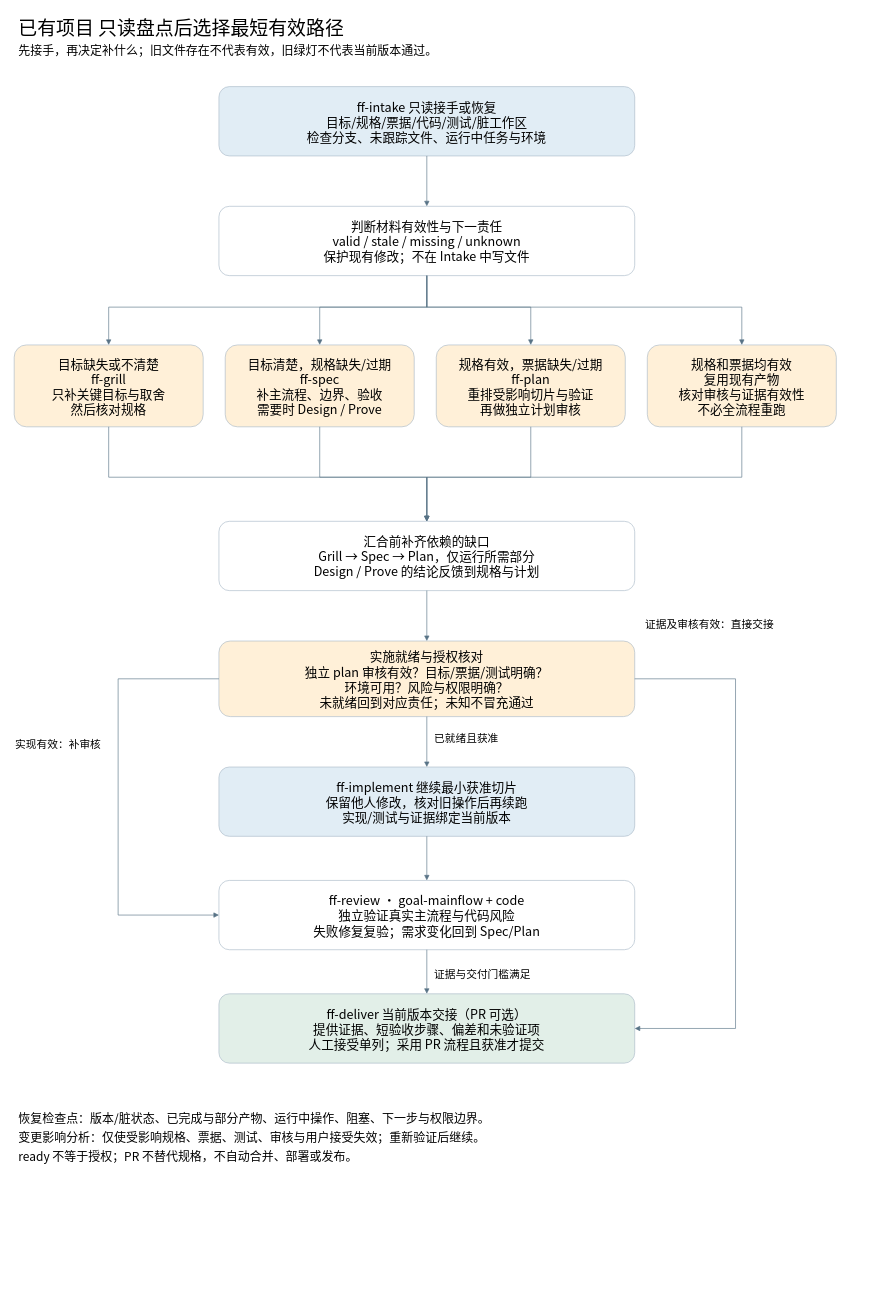
Earlier version of the draw.io diagram docs/diagrams/existing-project-workflow.drawio (chyhelloworld/ForgeFlowSkill). Source tidied: cells renumbered, new cells numbered last; positions are measured from the earlier drawing's top-left corner, leaving out a move shared by most shapes. Both pictures are drawn from the tidied source at 63%, with x=0, y=0 at pixel (14, 11).
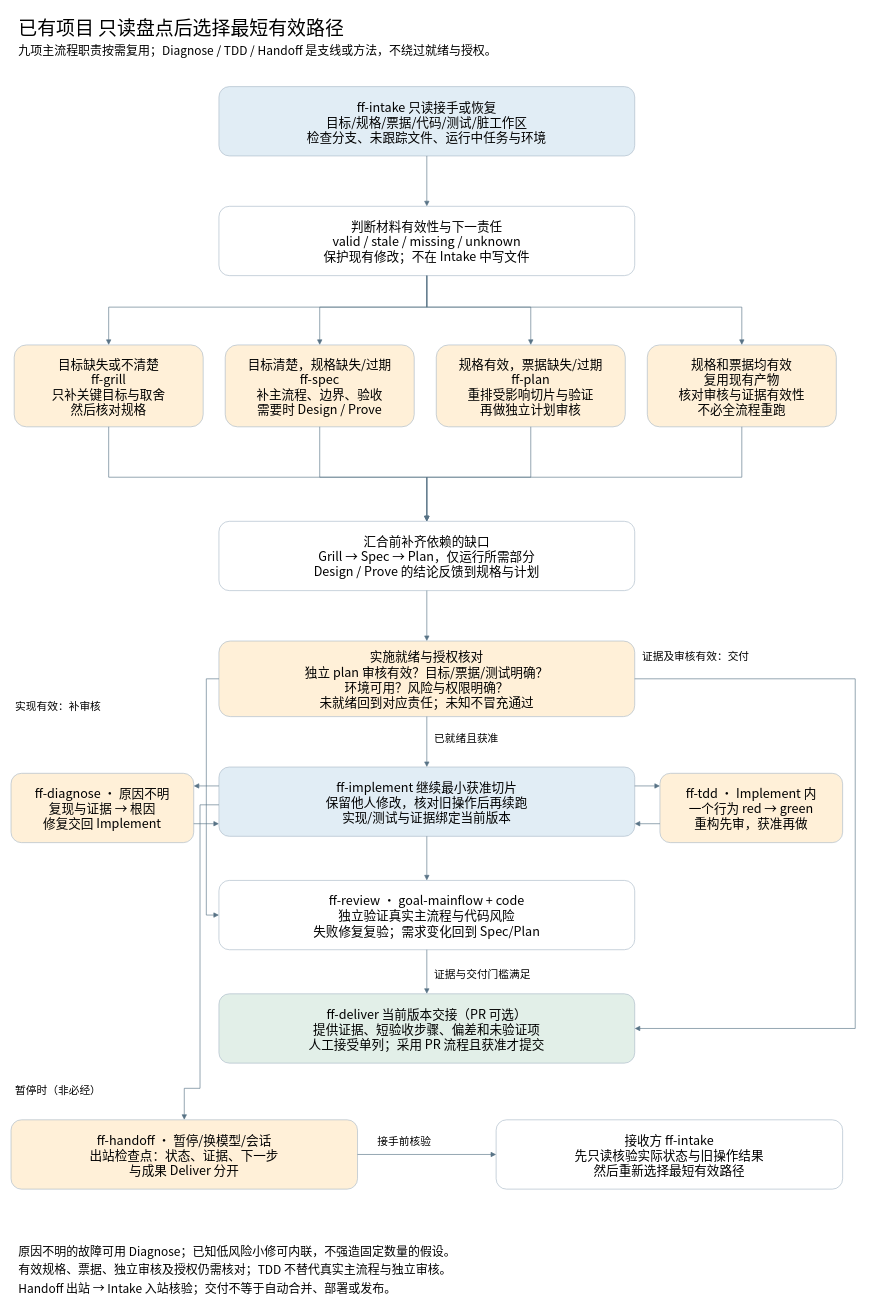
The same diagram, later.

Unchanged cells that the change refers to:
```xml
<mxCell id="13" value="汇合前补齐依赖的缺口&#10;Grill → Spec → Plan，仅运行所需部分&#10;Design / Prove 的结论反馈到规格与计划" style="rounded=1;whiteSpace=wrap;html=0;fillColor=#ffffff;strokeColor=#a9bac8;fontFamily=Noto Sans CJK SC;fontSize=20;" parent="1" vertex="1">
  <mxGeometry x="325" y="810" width="660" height="110" as="geometry" />
</mxCell>
<mxCell id="14" value="实施就绪与授权核对&#10;独立 plan 审核有效？目标/票据/测试明确？&#10;环境可用？风险与权限明确？&#10;未就绪回到对应责任；未知不冒充通过" style="rounded=1;whiteSpace=wrap;html=0;fillColor=#fff0d8;strokeColor=#a9bac8;fontFamily=Noto Sans CJK SC;fontSize=20;" parent="1" vertex="1">
  <mxGeometry x="325" y="1000" width="660" height="120" as="geometry" />
</mxCell>
<mxCell id="15" value="ff-implement 继续最小获准切片&#10;保留他人修改，核对旧操作后再续跑&#10;实现/测试与证据绑定当前版本" style="rounded=1;whiteSpace=wrap;html=0;fillColor=#e1edf5;strokeColor=#a9bac8;fontFamily=Noto Sans CJK SC;fontSize=20;" parent="1" vertex="1">
  <mxGeometry x="325" y="1200" width="660" height="110" as="geometry" />
</mxCell>
<mxCell id="16" value="ff-review · goal-mainflow + code&#10;独立验证真实主流程与代码风险&#10;失败修复复验；需求变化回到 Spec/Plan" style="rounded=1;whiteSpace=wrap;html=0;fillColor=#ffffff;strokeColor=#a9bac8;fontFamily=Noto Sans CJK SC;fontSize=20;" parent="1" vertex="1">
  <mxGeometry x="325" y="1380" width="660" height="110" as="geometry" />
</mxCell>
<mxCell id="17" value="ff-deliver 当前版本交接（PR 可选）&#10;提供证据、短验收步骤、偏差和未验证项&#10;人工接受单列；采用 PR 流程且获准才提交" style="rounded=1;whiteSpace=wrap;html=0;fillColor=#e2efe8;strokeColor=#a9bac8;fontFamily=Noto Sans CJK SC;fontSize=20;" parent="1" vertex="1">
  <mxGeometry x="325" y="1560" width="660" height="110" as="geometry" />
</mxCell>
```

Diff of the diagram source:
```diff
@@
-    <mxCell id="3" value="先接手，再决定补什么；旧文件存在不代表有效，旧绿灯不代表当前版本通过。" style="text;html=0;align=left;whiteSpace=wrap;strokeColor=none;fillColor=none;fontFamily=Noto Sans CJK SC;fontSize=19;" parent="1" vertex="1">
+    <mxCell id="3" value="九项主流程职责按需复用；Diagnose / TDD / Handoff 是支线或方法，不绕过就绪与授权。" style="text;html=0;align=left;whiteSpace=wrap;strokeColor=none;fillColor=none;fontFamily=Noto Sans CJK SC;fontSize=19;" parent="1" vertex="1">
       <mxGeometry x="5" y="45" width="1300" height="40" as="geometry" />
     </mxCell>
-    <mxCell id="4" value="恢复检查点：版本/脏状态、已完成与部分产物、运行中操作、阻塞、下一步与权限边界。" style="text;html=0;align=left;whiteSpace=wrap;strokeColor=none;fillColor=none;fontFamily=Noto Sans CJK SC;fontSize=19;" parent="1" vertex="1">
-      <mxGeometry x="5" y="1740" width="1300" height="40" as="geometry" />
+    <mxCell id="4" value="原因不明的故障可用 Diagnose；已知低风险小修可内联，不强造固定数量的假设。" style="text;html=0;align=left;whiteSpace=wrap;strokeColor=none;fillColor=none;fontFamily=Noto Sans CJK SC;fontSize=19;" parent="1" vertex="1">
+      <mxGeometry x="5" y="1950" width="1300" height="40" as="geometry" />
     </mxCell>
-    <mxCell id="5" value="变更影响分析：仅使受影响规格、票据、测试、审核与用户接受失效；重新验证后继续。" style="text;html=0;align=left;whiteSpace=wrap;strokeColor=none;fillColor=none;fontFamily=Noto Sans CJK SC;fontSize=19;" parent="1" vertex="1">
-      <mxGeometry x="5" y="1770" width="1300" height="40" as="geometry" />
+    <mxCell id="5" value="有效规格、票据、独立审核及授权仍需核对；TDD 不替代真实主流程与独立审核。" style="text;html=0;align=left;whiteSpace=wrap;strokeColor=none;fillColor=none;fontFamily=Noto Sans CJK SC;fontSize=19;" parent="1" vertex="1">
+      <mxGeometry x="5" y="1980" width="1300" height="40" as="geometry" />
     </mxCell>
-    <mxCell id="6" value="ready 不等于授权；PR 不替代规格，不自动合并、部署或发布。" style="text;html=0;align=left;whiteSpace=wrap;strokeColor=none;fillColor=none;fontFamily=Noto Sans CJK SC;fontSize=19;" parent="1" vertex="1">
-      <mxGeometry x="5" y="1800" width="1300" height="40" as="geometry" />
+    <mxCell id="6" value="Handoff 出站 → Intake 入站核验；交付不等于自动合并、部署或发布。" style="text;html=0;align=left;whiteSpace=wrap;strokeColor=none;fillColor=none;fontFamily=Noto Sans CJK SC;fontSize=19;" parent="1" vertex="1">
+      <mxGeometry x="5" y="2010" width="1300" height="40" as="geometry" />
     </mxCell>
@@
+    <mxCell id="37" value="ff-diagnose · 原因不明&#10;复现与证据 → 根因&#10;修复交回 Implement" style="rounded=1;whiteSpace=wrap;html=0;fillColor=#fff0d8;strokeColor=#a9bac8;fontFamily=Noto Sans CJK SC;fontSize=20;" parent="1" vertex="1">
+      <mxGeometry x="-5" y="1210" width="290" height="110" as="geometry" />
+    </mxCell>
+    <mxCell id="38" value="ff-tdd · Implement 内&#10;一个行为 red → green&#10;重构先审，获准再做" style="rounded=1;whiteSpace=wrap;html=0;fillColor=#fff0d8;strokeColor=#a9bac8;fontFamily=Noto Sans CJK SC;fontSize=20;" parent="1" vertex="1">
+      <mxGeometry x="1025" y="1210" width="290" height="110" as="geometry" />
+    </mxCell>
+    <mxCell id="39" value="ff-handoff · 暂停/换模型/会话&#10;出站检查点：状态、证据、下一步&#10;与成果 Deliver 分开" style="rounded=1;whiteSpace=wrap;html=0;fillColor=#fff0d8;strokeColor=#a9bac8;fontFamily=Noto Sans CJK SC;fontSize=20;" parent="1" vertex="1">
+      <mxGeometry x="-5" y="1760" width="550" height="110" as="geometry" />
+    </mxCell>
+    <mxCell id="40" value="接收方 ff-intake&#10;先只读核验实际状态与旧操作结果&#10;然后重新选择最短有效路径" style="rounded=1;whiteSpace=wrap;html=0;fillColor=#ffffff;strokeColor=#a9bac8;fontFamily=Noto Sans CJK SC;fontSize=20;" parent="1" vertex="1">
+      <mxGeometry x="765" y="1760" width="550" height="110" as="geometry" />
+    </mxCell>
@@
-    <mxCell id="27" style="edgeStyle=none;rounded=0;html=0;endArrow=block;strokeColor=#587386;exitX=0.0;exitY=0.5;exitDx=0;exitDy=0;entryX=0.0;entryY=0.5;entryDx=0;entryDy=0;" parent="1" edge="1" source="14" target="16">
-      <mxGeometry relative="1" as="geometry">
-        <Array as="points">
-          <mxPoint x="165" y="1060" />
-          <mxPoint x="165" y="1435" />
-        </Array>
-      </mxGeometry>
+    <mxCell id="27" style="edgeStyle=none;rounded=0;html=0;endArrow=block;strokeColor=#587386;exitX=0.5;exitY=1.0;exitDx=0;exitDy=0;entryX=0.5;entryY=0.0;entryDx=0;entryDy=0;" parent="1" edge="1" source="13" target="14">
+      <mxGeometry relative="1" as="geometry" />
     </mxCell>
-    <mxCell id="28" value="实现有效：补审核" style="text;html=0;align=left;strokeColor=none;fillColor=none;fontSize=17;fontFamily=Noto Sans CJK SC;" parent="1" vertex="1">
-      <mxGeometry y="1147" width="360" height="30" as="geometry" />
-    </mxCell>
-    <mxCell id="29" style="edgeStyle=none;rounded=0;html=0;endArrow=block;strokeColor=#587386;exitX=1.0;exitY=0.5;exitDx=0;exitDy=0;entryX=1.0;entryY=0.5;entryDx=0;entryDy=0;" parent="1" edge="1" source="14" target="17">
-      <mxGeometry relative="1" as="geometry">
-        <Array as="points">
-          <mxPoint x="1145" y="1060" />
-          <mxPoint x="1145" y="1615" />
-        </Array>
-      </mxGeometry>
+    <mxCell id="29" style="edgeStyle=none;rounded=0;html=0;endArrow=block;strokeColor=#587386;exitX=0.5;exitY=1.0;exitDx=0;exitDy=0;entryX=0.5;entryY=0.0;entryDx=0;entryDy=0;" parent="1" edge="1" source="14" target="15">
+      <mxGeometry relative="1" as="geometry" />
     </mxCell>
-    <mxCell id="30" value="证据及审核有效：直接交接" style="text;html=0;align=left;strokeColor=none;fillColor=none;fontSize=17;fontFamily=Noto Sans CJK SC;" parent="1" vertex="1">
-      <mxGeometry x="1000" y="957" width="360" height="30" as="geometry" />
+    <mxCell id="30" value="已就绪且获准" style="text;html=0;align=left;strokeColor=none;fillColor=none;fontSize=17;fontFamily=Noto Sans CJK SC;" parent="1" vertex="1">
+      <mxGeometry x="665" y="1137" width="360" height="30" as="geometry" />
     </mxCell>
-    <mxCell id="31" style="edgeStyle=none;rounded=0;html=0;endArrow=block;strokeColor=#587386;exitX=0.5;exitY=1.0;exitDx=0;exitDy=0;entryX=0.5;entryY=0.0;entryDx=0;entryDy=0;" parent="1" edge="1" source="13" target="14">
+    <mxCell id="31" style="edgeStyle=none;rounded=0;html=0;endArrow=block;strokeColor=#587386;exitX=0.5;exitY=1.0;exitDx=0;exitDy=0;entryX=0.5;entryY=0.0;entryDx=0;entryDy=0;" parent="1" edge="1" source="15" target="16">
       <mxGeometry relative="1" as="geometry" />
     </mxCell>
-    <mxCell id="32" style="edgeStyle=none;rounded=0;html=0;endArrow=block;strokeColor=#587386;exitX=0.5;exitY=1.0;exitDx=0;exitDy=0;entryX=0.5;entryY=0.0;entryDx=0;entryDy=0;" parent="1" edge="1" source="14" target="15">
+    <mxCell id="32" style="edgeStyle=none;rounded=0;html=0;endArrow=block;strokeColor=#587386;exitX=0.5;exitY=1.0;exitDx=0;exitDy=0;entryX=0.5;entryY=0.0;entryDx=0;entryDy=0;" parent="1" edge="1" source="16" target="17">
       <mxGeometry relative="1" as="geometry" />
     </mxCell>
-    <mxCell id="33" value="已就绪且获准" style="text;html=0;align=left;strokeColor=none;fillColor=none;fontSize=17;fontFamily=Noto Sans CJK SC;" parent="1" vertex="1">
-      <mxGeometry x="665" y="1137" width="360" height="30" as="geometry" />
+    <mxCell id="33" value="证据与交付门槛满足" style="text;html=0;align=left;strokeColor=none;fillColor=none;fontSize=17;fontFamily=Noto Sans CJK SC;" parent="1" vertex="1">
+      <mxGeometry x="665" y="1512" width="360" height="30" as="geometry" />
     </mxCell>
-    <mxCell id="34" style="edgeStyle=none;rounded=0;html=0;endArrow=block;strokeColor=#587386;exitX=0.5;exitY=1.0;exitDx=0;exitDy=0;entryX=0.5;entryY=0.0;entryDx=0;entryDy=0;" parent="1" edge="1" source="15" target="16">
-      <mxGeometry relative="1" as="geometry" />
+    <mxCell id="34" style="edgeStyle=none;rounded=0;html=0;endArrow=block;strokeColor=#587386;exitX=0.0;exitY=0.5;exitDx=0;exitDy=0;entryX=0.0;entryY=0.5;entryDx=0;entryDy=0;" parent="1" edge="1" source="14" target="16">
+      <mxGeometry relative="1" as="geometry">
+        <Array as="points">
+          <mxPoint x="305" y="1060" />
+          <mxPoint x="305" y="1435" />
+        </Array>
+      </mxGeometry>
     </mxCell>
+    <mxCell id="28" value="实现有效：补审核" style="text;html=0;align=left;strokeColor=none;fillColor=none;fontSize=17;fontFamily=Noto Sans CJK SC;" parent="1" vertex="1">
+      <mxGeometry y="1087" width="360" height="30" as="geometry" />
+    </mxCell>
-    <mxCell id="35" style="edgeStyle=none;rounded=0;html=0;endArrow=block;strokeColor=#587386;exitX=0.5;exitY=1.0;exitDx=0;exitDy=0;entryX=0.5;entryY=0.0;entryDx=0;entryDy=0;" parent="1" edge="1" source="16" target="17">
-      <mxGeometry relative="1" as="geometry" />
+    <mxCell id="35" style="edgeStyle=none;rounded=0;html=0;endArrow=block;strokeColor=#587386;exitX=1.0;exitY=0.5;exitDx=0;exitDy=0;entryX=1.0;entryY=0.5;entryDx=0;entryDy=0;" parent="1" edge="1" source="14" target="17">
+      <mxGeometry relative="1" as="geometry">
+        <Array as="points">
+          <mxPoint x="1335" y="1060" />
+          <mxPoint x="1335" y="1615" />
+        </Array>
+      </mxGeometry>
     </mxCell>
-    <mxCell id="36" value="证据与交付门槛满足" style="text;html=0;align=left;strokeColor=none;fillColor=none;fontSize=17;fontFamily=Noto Sans CJK SC;" parent="1" vertex="1">
-      <mxGeometry x="665" y="1512" width="360" height="30" as="geometry" />
+    <mxCell id="36" value="证据及审核有效：交付" style="text;html=0;align=left;strokeColor=none;fillColor=none;fontSize=17;fontFamily=Noto Sans CJK SC;" parent="1" vertex="1">
+      <mxGeometry x="995" y="1007" width="360" height="30" as="geometry" />
     </mxCell>
+    <mxCell id="41" style="edgeStyle=none;rounded=0;html=0;endArrow=block;strokeColor=#587386;exitX=0.0;exitY=0.2727272727272727;exitDx=0;exitDy=0;entryX=1.0;entryY=0.18181818181818182;entryDx=0;entryDy=0;" parent="1" edge="1" source="15" target="37">
+      <mxGeometry relative="1" as="geometry" />
+    </mxCell>
+    <mxCell id="42" style="edgeStyle=none;rounded=0;html=0;endArrow=block;strokeColor=#587386;exitX=1.0;exitY=0.7272727272727273;exitDx=0;exitDy=0;entryX=0.0;entryY=0.8181818181818182;entryDx=0;entryDy=0;" parent="1" edge="1" source="37" target="15">
+      <mxGeometry relative="1" as="geometry" />
+    </mxCell>
+    <mxCell id="43" style="edgeStyle=none;rounded=0;html=0;endArrow=block;strokeColor=#587386;exitX=1.0;exitY=0.2727272727272727;exitDx=0;exitDy=0;entryX=0.0;entryY=0.18181818181818182;entryDx=0;entryDy=0;" parent="1" edge="1" source="15" target="38">
+      <mxGeometry relative="1" as="geometry" />
+    </mxCell>
+    <mxCell id="44" style="edgeStyle=none;rounded=0;html=0;endArrow=block;strokeColor=#587386;exitX=0.0;exitY=0.7272727272727273;exitDx=0;exitDy=0;entryX=1.0;entryY=0.8181818181818182;entryDx=0;entryDy=0;" parent="1" edge="1" source="38" target="15">
+      <mxGeometry relative="1" as="geometry" />
+    </mxCell>
+    <mxCell id="45" style="edgeStyle=none;rounded=0;html=0;endArrow=block;strokeColor=#587386;exitX=0.0;exitY=0.5454545454545454;exitDx=0;exitDy=0;entryX=0.5;entryY=0.0;entryDx=0;entryDy=0;" parent="1" edge="1" source="15" target="39">
+      <mxGeometry relative="1" as="geometry">
+        <Array as="points">
+          <mxPoint x="295" y="1260" />
+          <mxPoint x="295" y="1710" />
+          <mxPoint x="270" y="1710" />
+        </Array>
+      </mxGeometry>
+    </mxCell>
+    <mxCell id="46" value="暂停时（非必经）" style="text;html=0;align=left;strokeColor=none;fillColor=none;fontSize=17;fontFamily=Noto Sans CJK SC;" parent="1" vertex="1">
+      <mxGeometry y="1697" width="360" height="30" as="geometry" />
+    </mxCell>
+    <mxCell id="47" style="edgeStyle=none;rounded=0;html=0;endArrow=block;strokeColor=#587386;exitX=1.0;exitY=0.5;exitDx=0;exitDy=0;entryX=0.0;entryY=0.5;entryDx=0;entryDy=0;" parent="1" edge="1" source="39" target="40">
+      <mxGeometry relative="1" as="geometry" />
+    </mxCell>
+    <mxCell id="48" value="接手前核验" style="text;html=0;align=left;strokeColor=none;fillColor=none;fontSize=17;fontFamily=Noto Sans CJK SC;" parent="1" vertex="1">
+      <mxGeometry x="575" y="1777" width="360" height="30" as="geometry" />
+    </mxCell>
```
